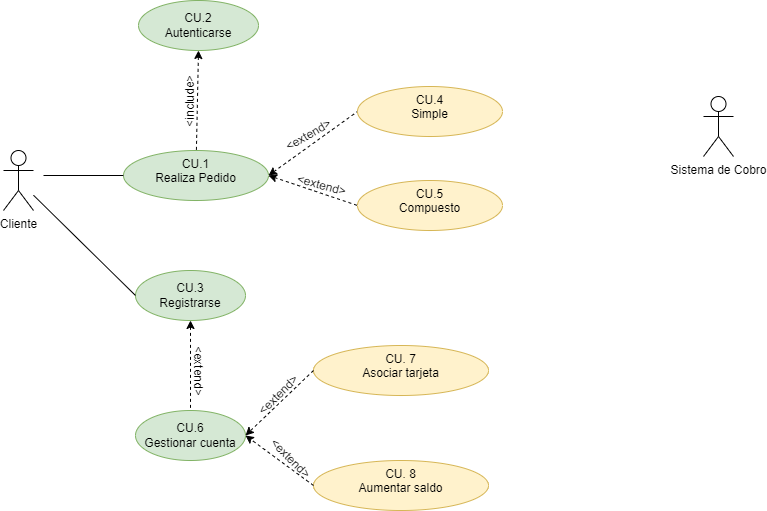
colidom/ets keeps this draw.io diagram as Tareas/casosUso/Tarea5-Tienda Virtual/TiendaVirtual.drawio.png. Above is the earlier version. Source tidied: cells renumbered, new cells last; positions are measured from the earlier drawing's top-left corner, leaving out a move shared by most shapes.
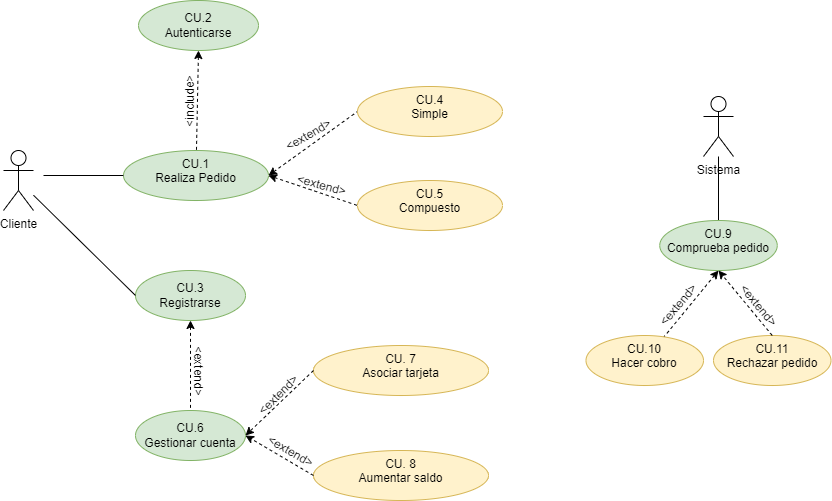
After the change.

The edit, as a diff of the source:
```diff
@@ -31,7 +31,10 @@
     <mxCell id="10" value="&amp;lt;include&amp;gt;" style="text;html=1;align=center;verticalAlign=middle;strokeColor=none;fillColor=none;rotation=-90;" parent="1" vertex="1">
       <mxGeometry x="147" y="86" width="80" height="30" as="geometry" />
     </mxCell>
+    <mxCell id="27" style="edgeStyle=none;rounded=0;jettySize=auto;html=1;startArrow=none;startFill=0;endArrow=none;endFill=0;" parent="1" edge="1" source="11" target="29">
+      <mxGeometry relative="1" as="geometry" />
+    </mxCell>
-    <mxCell id="11" value="Sistema de Cobro" style="shape=umlActor;verticalLabelPosition=bottom;verticalAlign=top;html=1;outlineConnect=0;" parent="1" vertex="1">
+    <mxCell id="11" value="Sistema" style="shape=umlActor;verticalLabelPosition=bottom;verticalAlign=top;html=1;outlineConnect=0;" parent="1" vertex="1">
       <mxGeometry x="700" y="96" width="30" height="60" as="geometry" />
     </mxCell>
     <mxCell id="12" value="&lt;div&gt;CU.2&lt;/div&gt;&lt;div&gt;Autenticarse&lt;br&gt;&lt;/div&gt;" style="ellipse;whiteSpace=wrap;html=1;fillColor=#d5e8d4;strokeColor=#82b366;" parent="1" vertex="1">
@@ -70,7 +73,7 @@
       <mxGeometry relative="1" as="geometry" />
     </mxCell>
     <mxCell id="23" value="&lt;div&gt;CU. 8&lt;/div&gt;&lt;div&gt;Aumentar saldo&lt;/div&gt;" style="ellipse;whiteSpace=wrap;html=1;verticalAlign=top;fillColor=#fff2cc;strokeColor=#d6b656;" parent="1" vertex="1">
-      <mxGeometry x="310" y="460" width="175" height="50" as="geometry" />
+      <mxGeometry x="310" y="450" width="175" height="50" as="geometry" />
     </mxCell>
     <mxCell id="24" style="endArrow=classic;html=1;rounded=0;dashed=1;entryX=1;entryY=0.5;entryDx=0;entryDy=0;exitX=0;exitY=0.5;exitDx=0;exitDy=0;" parent="1" edge="1" source="23" target="20">
       <mxGeometry relative="1" as="geometry" />
@@ -78,8 +81,29 @@
     <mxCell id="25" value="&amp;lt;extend&amp;gt;" style="text;html=1;align=center;verticalAlign=middle;strokeColor=none;fillColor=none;rotation=-45;" parent="1" vertex="1">
       <mxGeometry x="240" y="380" width="70" height="30" as="geometry" />
     </mxCell>
-    <mxCell id="26" value="&amp;lt;extend&amp;gt;" style="text;html=1;align=center;verticalAlign=middle;strokeColor=none;fillColor=none;rotation=45;" parent="1" vertex="1">
-      <mxGeometry x="252" y="443" width="70" height="30" as="geometry" />
+    <mxCell id="26" value="&amp;lt;extend&amp;gt;" style="text;html=1;align=center;verticalAlign=middle;strokeColor=none;fillColor=none;rotation=30;" parent="1" vertex="1">
+      <mxGeometry x="252" y="436" width="70" height="30" as="geometry" />
     </mxCell>
+    <mxCell id="28" style="edgeStyle=none;rounded=0;jettySize=auto;html=1;dashed=1;startArrow=classic;startFill=1;endArrow=none;endFill=0;exitX=0.5;exitY=1;exitDx=0;exitDy=0;" parent="1" edge="1" source="29" target="30">
+      <mxGeometry relative="1" as="geometry" />
+    </mxCell>
+    <mxCell id="29" value="CU.9&lt;br&gt;Comprueba pedido" style="ellipse;whiteSpace=wrap;html=1;verticalAlign=top;fillColor=#d5e8d4;strokeColor=#82b366;" parent="1" vertex="1">
+      <mxGeometry x="656.2" y="220" width="117.5" height="50" as="geometry" />
+    </mxCell>
+    <mxCell id="30" value="CU.10&lt;br&gt;Hacer cobro" style="ellipse;whiteSpace=wrap;html=1;verticalAlign=top;fillColor=#fff2cc;strokeColor=#d6b656;" parent="1" vertex="1">
+      <mxGeometry x="582.5" y="335" width="117.5" height="50" as="geometry" />
+    </mxCell>
+    <mxCell id="31" value="CU.11&lt;br&gt;Rechazar pedido" style="ellipse;whiteSpace=wrap;html=1;verticalAlign=top;fillColor=#fff2cc;strokeColor=#d6b656;" parent="1" vertex="1">
+      <mxGeometry x="710" y="335" width="117.5" height="50" as="geometry" />
+    </mxCell>
+    <mxCell id="32" style="endArrow=classic;html=1;rounded=0;entryX=0.5;entryY=1;entryDx=0;entryDy=0;exitX=0.5;exitY=0;exitDx=0;exitDy=0;dashed=1;" parent="1" edge="1" source="31" target="29">
+      <mxGeometry relative="1" as="geometry" />
+    </mxCell>
+    <mxCell id="33" value="&amp;lt;extend&amp;gt;" style="text;html=1;align=center;verticalAlign=middle;strokeColor=none;fillColor=none;rotation=-50;" parent="1" vertex="1">
+      <mxGeometry x="640" y="290" width="70" height="30" as="geometry" />
+    </mxCell>
+    <mxCell id="34" value="&amp;lt;extend&amp;gt;" style="text;html=1;align=center;verticalAlign=middle;strokeColor=none;fillColor=none;rotation=50;" parent="1" vertex="1">
+      <mxGeometry x="720" y="290" width="70" height="30" as="geometry" />
+    </mxCell>
   </root>
 </mxGraphModel>
```
